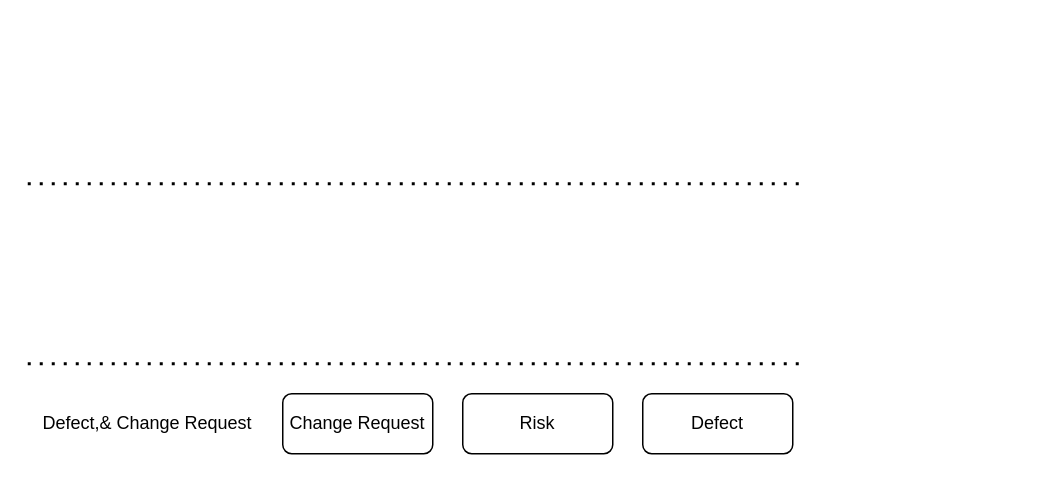
Above: agileProcess.drawio in surajnaik90/Architectures-Designs (draw.io), before the change. Source tidied: cells renumbered, new cells numbered last; positions are measured from the earlier drawing's top-left corner, leaving out a move shared by most shapes. Both pictures are drawn from the tidied source at 150%, with x=0, y=0 at pixel (27, 183).
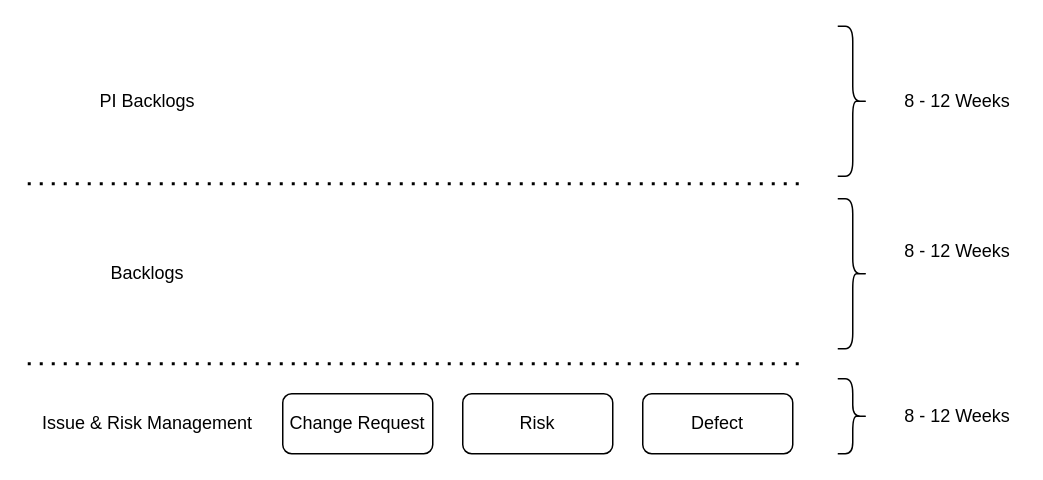
After the change.

The edit, as a diff of the source:
```diff
@@
 <mxGraphModel>
   <root>
     <mxCell id="0" />
     <mxCell id="1" parent="0" />
     <mxCell id="2" style="endArrow=none;dashed=1;html=1;dashPattern=1 3;strokeWidth=2;rounded=0;" parent="1" edge="1">
       <mxGeometry relative="1" as="geometry">
         <mxPoint as="sourcePoint" />
         <mxPoint x="520" as="targetPoint" />
       </mxGeometry>
     </mxCell>
     <mxCell id="3" style="endArrow=none;dashed=1;html=1;dashPattern=1 3;strokeWidth=2;rounded=0;" parent="1" edge="1">
       <mxGeometry relative="1" as="geometry">
         <mxPoint y="120" as="sourcePoint" />
         <mxPoint x="520" y="120" as="targetPoint" />
       </mxGeometry>
     </mxCell>
-    <mxCell id="4" value="Defect,&amp;amp; Change Request" style="text;html=1;strokeColor=none;fillColor=none;align=center;verticalAlign=middle;whiteSpace=wrap;rounded=0;" parent="1" vertex="1">
+    <mxCell id="4" value="Issue &amp;amp; Risk Management" style="text;html=1;strokeColor=none;fillColor=none;align=center;verticalAlign=middle;whiteSpace=wrap;rounded=0;" parent="1" vertex="1">
       <mxGeometry y="145" width="160" height="30" as="geometry" />
     </mxCell>
     <mxCell id="5" value="Change Request" style="rounded=1;whiteSpace=wrap;html=1;" parent="1" vertex="1">
       <mxGeometry x="170" y="140" width="100" height="40" as="geometry" />
     </mxCell>
     <mxCell id="6" value="Defect" style="rounded=1;whiteSpace=wrap;html=1;" parent="1" vertex="1">
       <mxGeometry x="410" y="140" width="100" height="40" as="geometry" />
     </mxCell>
     <mxCell id="7" value="Risk" style="rounded=1;whiteSpace=wrap;html=1;" parent="1" vertex="1">
       <mxGeometry x="290" y="140" width="100" height="40" as="geometry" />
     </mxCell>
+    <mxCell id="8" value="Backlogs" style="text;html=1;strokeColor=none;fillColor=none;align=center;verticalAlign=middle;whiteSpace=wrap;rounded=0;" parent="1" vertex="1">
+      <mxGeometry y="45" width="160" height="30" as="geometry" />
+    </mxCell>
+    <mxCell id="9" value="PI Backlogs" style="text;html=1;strokeColor=none;fillColor=none;align=center;verticalAlign=middle;whiteSpace=wrap;rounded=0;" parent="1" vertex="1">
+      <mxGeometry y="-70" width="160" height="30" as="geometry" />
+    </mxCell>
+    <mxCell id="10" style="shape=curlyBracket;whiteSpace=wrap;html=1;rounded=1;flipH=1;labelPosition=right;verticalLabelPosition=middle;align=left;verticalAlign=middle;" parent="1" vertex="1">
+      <mxGeometry x="540" y="-105" width="20" height="100" as="geometry" />
+    </mxCell>
+    <mxCell id="11" value="8 - 12 Weeks" style="text;html=1;strokeColor=none;fillColor=none;align=center;verticalAlign=middle;whiteSpace=wrap;rounded=0;" parent="1" vertex="1">
+      <mxGeometry x="580" y="-70" width="80" height="30" as="geometry" />
+    </mxCell>
+    <mxCell id="12" style="shape=curlyBracket;whiteSpace=wrap;html=1;rounded=1;flipH=1;labelPosition=right;verticalLabelPosition=middle;align=left;verticalAlign=middle;" parent="1" vertex="1">
+      <mxGeometry x="540" y="10" width="20" height="100" as="geometry" />
+    </mxCell>
+    <mxCell id="13" value="8 - 12 Weeks" style="text;html=1;strokeColor=none;fillColor=none;align=center;verticalAlign=middle;whiteSpace=wrap;rounded=0;" parent="1" vertex="1">
+      <mxGeometry x="580" y="30" width="80" height="30" as="geometry" />
+    </mxCell>
+    <mxCell id="14" style="shape=curlyBracket;whiteSpace=wrap;html=1;rounded=1;flipH=1;labelPosition=right;verticalLabelPosition=middle;align=left;verticalAlign=middle;" parent="1" vertex="1">
+      <mxGeometry x="540" y="130" width="20" height="50" as="geometry" />
+    </mxCell>
+    <mxCell id="15" value="8 - 12 Weeks" style="text;html=1;strokeColor=none;fillColor=none;align=center;verticalAlign=middle;whiteSpace=wrap;rounded=0;" parent="1" vertex="1">
+      <mxGeometry x="580" y="140" width="80" height="30" as="geometry" />
+    </mxCell>
   </root>
 </mxGraphModel>
```
